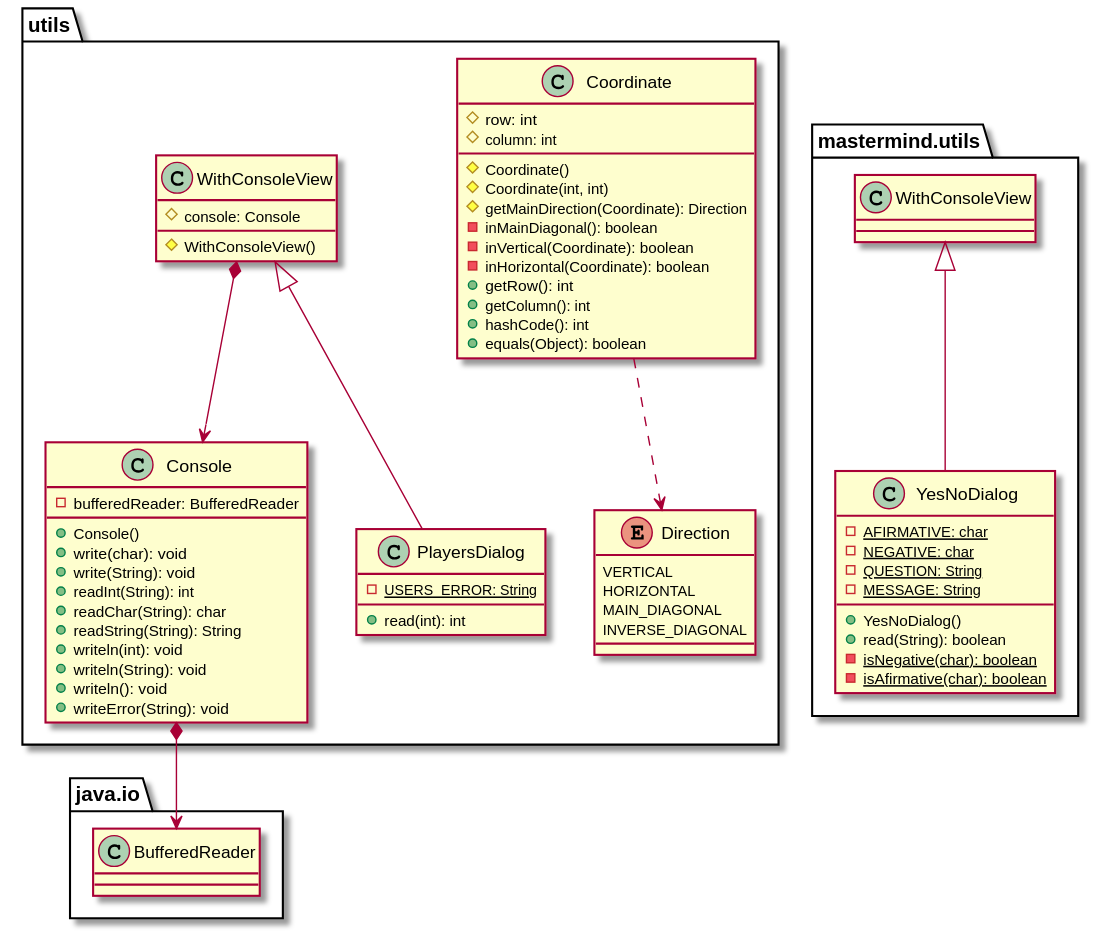
This is documentView/withFactoryMethod/docs/diagrams/out/paquetes/tictactoe.utils.svg from Jolucaa/USantaTecla-project-ticTacToe, a PlantUML export, as it was before one commit. Source of this version:
```plantuml
@startuml

class  utils.Console{
- bufferedReader: BufferedReader
+ Console()
+ write(char): void
+ write(String): void
+ readInt(String): int
+ readChar(String): char
+ readString(String): String
+ writeln(int): void
+ writeln(String): void
+ writeln(): void
+ writeError(String): void
}
utils.Console *-down-> java.io.BufferedReader

class  utils.Coordinate{
# row: int
# column: int
# Coordinate()
# Coordinate(int, int)
# getMainDirection(Coordinate): Direction
- inMainDiagonal(): boolean
- inVertical(Coordinate): boolean
- inHorizontal(Coordinate): boolean
+ getRow(): int
+ getColumn(): int
+ hashCode(): int
+ equals(Object): boolean
}
utils.Coordinate ..> utils.Direction

enum  utils.Direction{
  VERTICAL
  HORIZONTAL
  MAIN_DIAGONAL
  INVERSE_DIAGONAL
}

class  utils.PlayersDialog{
- {static} USERS_ERROR: String
+ read(int): int
}
utils.WithConsoleView <|-down- utils.PlayersDialog

class  utils.WithConsoleView{
# console: Console
# WithConsoleView()
}
utils.WithConsoleView *-down-> utils.Console

class  mastermind.utils.YesNoDialog{
- {static} AFIRMATIVE: char
- {static} NEGATIVE: char
- {static} QUESTION: String
- {static} MESSAGE: String
+ YesNoDialog()
+ read(String): boolean
- {static} isNegative(char): boolean
- {static} isAfirmative(char): boolean
}
mastermind.utils.WithConsoleView <|-down- mastermind.utils.YesNoDialog

@enduml
```
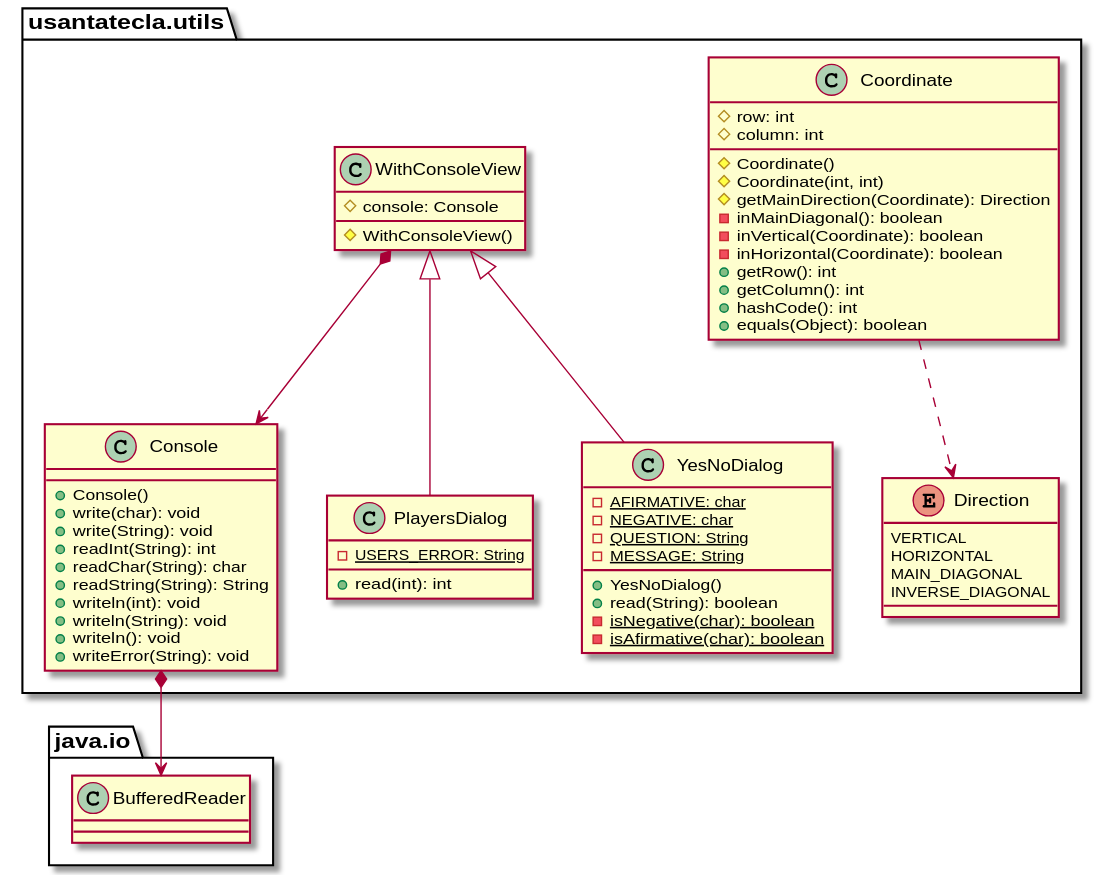
Later version of the same file.

Change to the diagram source:
```diff
@@ -1,7 +1,5 @@
 @startuml
-
-class  utils.Console{
-- bufferedReader: BufferedReader
+class  usantatecla.utils.Console{
 + Console()
 + write(char): void
 + write(String): void
@@ -13,9 +11,9 @@
 + writeln(): void
 + writeError(String): void
 }
-utils.Console *-down-> java.io.BufferedReader
+usantatecla.utils.Console *-down-> java.io.BufferedReader
 
-class  utils.Coordinate{
+class  usantatecla.utils.Coordinate{
 # row: int
 # column: int
 # Coordinate()
@@ -29,28 +27,28 @@
 + hashCode(): int
 + equals(Object): boolean
 }
-utils.Coordinate ..> utils.Direction
+usantatecla.utils.Coordinate ..> usantatecla.utils.Direction
 
-enum  utils.Direction{
+enum  usantatecla.utils.Direction{
   VERTICAL
   HORIZONTAL
   MAIN_DIAGONAL
   INVERSE_DIAGONAL
 }
 
-class  utils.PlayersDialog{
+class  usantatecla.utils.PlayersDialog{
 - {static} USERS_ERROR: String
 + read(int): int
 }
-utils.WithConsoleView <|-down- utils.PlayersDialog
+usantatecla.utils.WithConsoleView <|-down- usantatecla.utils.PlayersDialog
 
-class  utils.WithConsoleView{
+class  usantatecla.utils.WithConsoleView{
 # console: Console
 # WithConsoleView()
 }
-utils.WithConsoleView *-down-> utils.Console
+usantatecla.utils.WithConsoleView *-down-> usantatecla.utils.Console
 
-class  mastermind.utils.YesNoDialog{
+class  usantatecla.utils.YesNoDialog{
 - {static} AFIRMATIVE: char
 - {static} NEGATIVE: char
 - {static} QUESTION: String
@@ -60,6 +58,5 @@
 - {static} isNegative(char): boolean
 - {static} isAfirmative(char): boolean
 }
-mastermind.utils.WithConsoleView <|-down- mastermind.utils.YesNoDialog
-
+usantatecla.utils.WithConsoleView <|-down- usantatecla.utils.YesNoDialog
 @enduml
```
